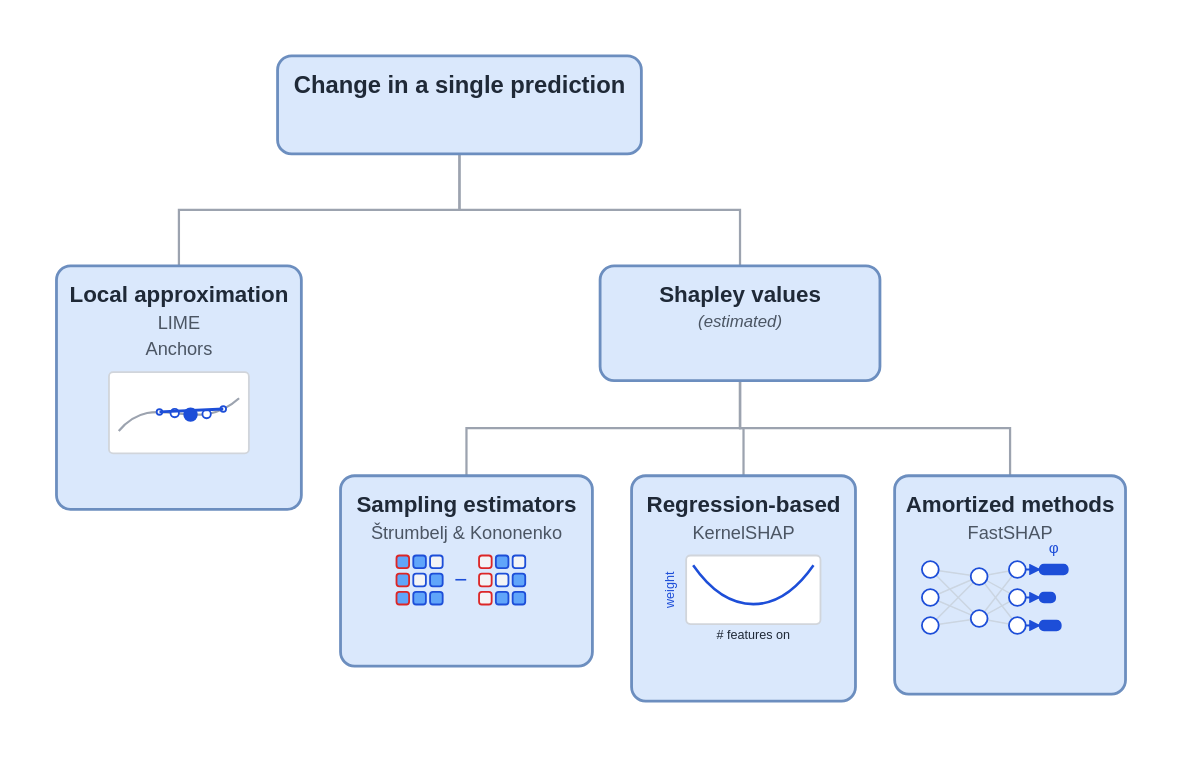
This is posts/explaining-black-box-predictions/diagrams/taxonomy_removal_prediction.drawio.svg from DMLF1/blog, a draw.io export, as it was before one commit. Source tidied: cells renumbered, new cells last; positions are measured from the earlier drawing's top-left corner, leaving out a move shared by most shapes.
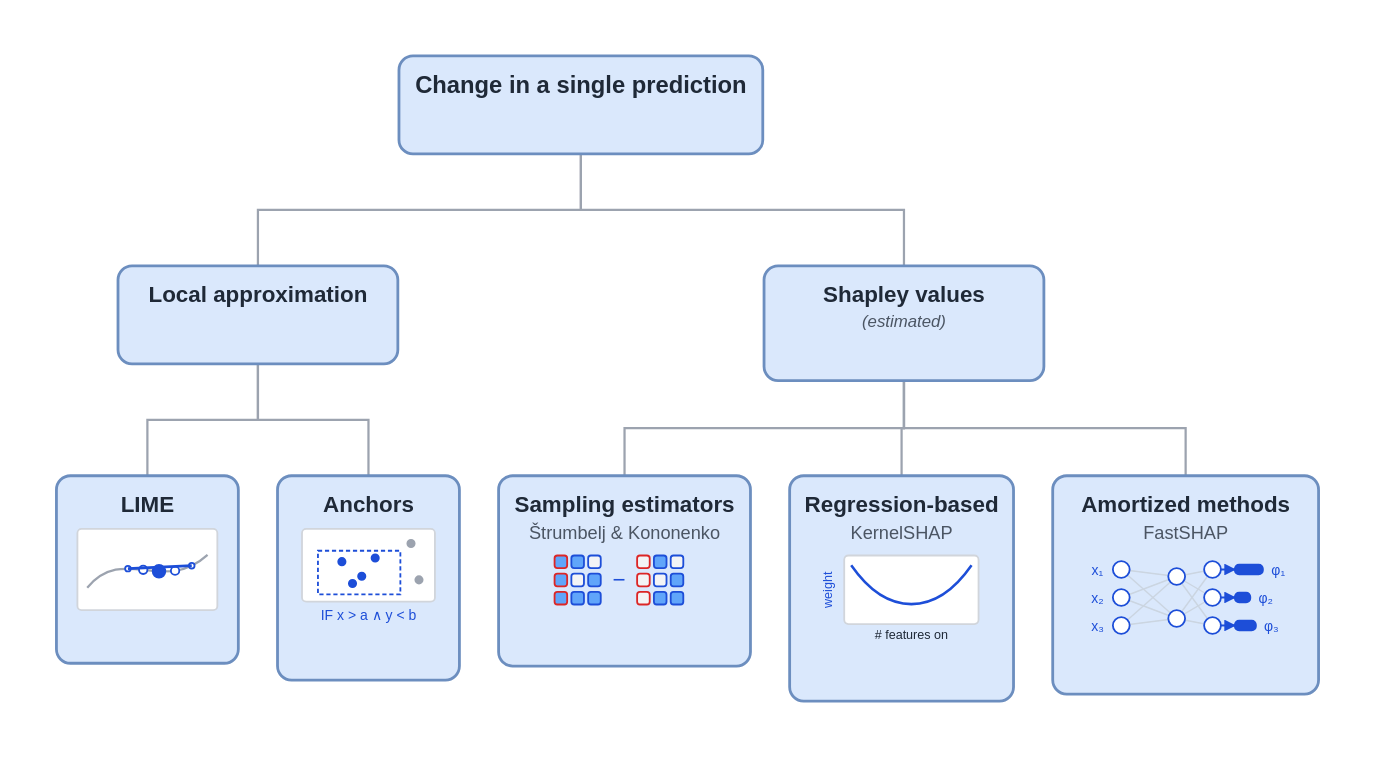
After the commit.

Commit message:
Split LIME/Anchors and TreeSHAP/gradient-SHAP into their own boxes; explain every method's mechanism and point of difference

The edit, as a diff of the source:
```diff
@@ -5,43 +5,76 @@
     <mxCell id="2" value="&lt;span style=&quot;font-size:17px;color:#1F2937;font-weight:bold;&quot;&gt;Change in a single prediction&lt;/span&gt;" style="rounded=1;whiteSpace=wrap;html=1;fillColor=#DAE8FC;strokeColor=#6C8EBF;strokeWidth=2;" parent="1" vertex="1">
-      <mxGeometry x="158" width="260" height="70" as="geometry" />
+      <mxGeometry x="132" width="260" height="70" as="geometry" />
     </mxCell>
-    <mxCell id="3" value="&lt;span style=&quot;font-size:16px;color:#1F2937;font-weight:bold;&quot;&gt;Local approximation&lt;/span&gt;&lt;br&gt;&lt;span style=&quot;font-size:13px;color:#4B5563;&quot;&gt;LIME&lt;/span&gt;&lt;br&gt;&lt;span style=&quot;font-size:13px;color:#4B5563;&quot;&gt;Anchors&lt;/span&gt;" style="rounded=1;whiteSpace=wrap;html=1;fillColor=#DAE8FC;strokeColor=#6C8EBF;strokeWidth=2;" parent="1" vertex="1">
-      <mxGeometry y="150" width="175" height="174" as="geometry" />
+    <mxCell id="3" value="&lt;span style=&quot;font-size:16px;color:#1F2937;font-weight:bold;&quot;&gt;Local approximation&lt;/span&gt;" style="rounded=1;whiteSpace=wrap;html=1;fillColor=#DAE8FC;strokeColor=#6C8EBF;strokeWidth=2;" parent="1" vertex="1">
+      <mxGeometry x="-69" y="150" width="200" height="70" as="geometry" />
     </mxCell>
-    <mxCell id="4" style="rounded=1;whiteSpace=wrap;html=1;fillColor=#FFFFFF;strokeColor=#D1D5DB;" parent="1" vertex="1">
-      <mxGeometry x="38" y="226" width="100" height="58" as="geometry" />
-    </mxCell>
-    <mxCell id="5" style="edgeStyle=none;html=1;strokeColor=#9CA3AF;strokeWidth=1.6;curved=1;endArrow=none;" parent="1" edge="1">
-      <mxGeometry relative="1" as="geometry">
-        <mxPoint x="44" y="268" as="sourcePoint" />
-        <mxPoint x="130" y="245" as="targetPoint" />
-        <Array as="points">
-          <mxPoint x="71" y="237" />
-          <mxPoint x="99" y="273" />
-        </Array>
-      </mxGeometry>
-    </mxCell>
-    <mxCell id="6" style="ellipse;whiteSpace=wrap;html=1;fillColor=#FFFFFF;strokeColor=#1D4ED8;" parent="1" vertex="1">
-      <mxGeometry x="72" y="252" width="4" height="4" as="geometry" />
-    </mxCell>
-    <mxCell id="7" style="ellipse;whiteSpace=wrap;html=1;fillColor=#FFFFFF;strokeColor=#1D4ED8;" parent="1" vertex="1">
-      <mxGeometry x="82" y="252" width="6" height="6" as="geometry" />
-    </mxCell>
-    <mxCell id="8" style="ellipse;whiteSpace=wrap;html=1;fillColor=#1D4ED8;strokeColor=#1D4ED8;" parent="1" vertex="1">
-      <mxGeometry x="91" y="252" width="9" height="9" as="geometry" />
-    </mxCell>
-    <mxCell id="9" style="ellipse;whiteSpace=wrap;html=1;fillColor=#FFFFFF;strokeColor=#1D4ED8;" parent="1" vertex="1">
-      <mxGeometry x="104" y="253" width="6" height="6" as="geometry" />
-    </mxCell>
-    <mxCell id="10" style="ellipse;whiteSpace=wrap;html=1;fillColor=#FFFFFF;strokeColor=#1D4ED8;" parent="1" vertex="1">
-      <mxGeometry x="117" y="250" width="4" height="4" as="geometry" />
-    </mxCell>
-    <mxCell id="11" style="edgeStyle=none;html=1;strokeColor=#1D4ED8;strokeWidth=2;endArrow=none;" parent="1" edge="1">
-      <mxGeometry relative="1" as="geometry">
-        <mxPoint x="74" y="254" as="sourcePoint" />
-        <mxPoint x="119" y="252" as="targetPoint" />
-      </mxGeometry>
-    </mxCell>
+    <mxCell id="71" value="&lt;span style=&quot;font-size:16px;color:#1F2937;font-weight:bold;&quot;&gt;LIME&lt;/span&gt;" style="rounded=1;whiteSpace=wrap;html=1;fillColor=#DAE8FC;strokeColor=#6C8EBF;strokeWidth=2;" parent="1" vertex="1">
+      <mxGeometry x="-113" y="300" width="130" height="134" as="geometry" />
+    </mxCell>
+    <mxCell id="72" style="rounded=1;whiteSpace=wrap;html=1;fillColor=#FFFFFF;strokeColor=#D1D5DB;" parent="1" vertex="1">
+      <mxGeometry x="-98" y="338" width="100" height="58" as="geometry" />
+    </mxCell>
+    <mxCell id="73" style="edgeStyle=none;html=1;strokeColor=#9CA3AF;strokeWidth=1.6;curved=1;endArrow=none;" parent="1" edge="1">
+      <mxGeometry relative="1" as="geometry">
+        <mxPoint x="-91" y="380" as="sourcePoint" />
+        <mxPoint x="-5" y="357" as="targetPoint" />
+        <Array as="points">
+          <mxPoint x="-65" y="349" />
+          <mxPoint x="-37" y="385" />
+        </Array>
+      </mxGeometry>
+    </mxCell>
+    <mxCell id="74" style="ellipse;whiteSpace=wrap;html=1;fillColor=#FFFFFF;strokeColor=#1D4ED8;" parent="1" vertex="1">
+      <mxGeometry x="-64" y="364" width="4" height="4" as="geometry" />
+    </mxCell>
+    <mxCell id="75" style="ellipse;whiteSpace=wrap;html=1;fillColor=#FFFFFF;strokeColor=#1D4ED8;" parent="1" vertex="1">
+      <mxGeometry x="-54" y="364" width="6" height="6" as="geometry" />
+    </mxCell>
+    <mxCell id="76" style="ellipse;whiteSpace=wrap;html=1;fillColor=#1D4ED8;strokeColor=#1D4ED8;" parent="1" vertex="1">
+      <mxGeometry x="-44" y="364" width="9" height="9" as="geometry" />
+    </mxCell>
+    <mxCell id="77" style="ellipse;whiteSpace=wrap;html=1;fillColor=#FFFFFF;strokeColor=#1D4ED8;" parent="1" vertex="1">
+      <mxGeometry x="-31" y="365" width="6" height="6" as="geometry" />
+    </mxCell>
+    <mxCell id="78" style="ellipse;whiteSpace=wrap;html=1;fillColor=#FFFFFF;strokeColor=#1D4ED8;" parent="1" vertex="1">
+      <mxGeometry x="-18" y="362" width="4" height="4" as="geometry" />
+    </mxCell>
+    <mxCell id="79" style="edgeStyle=none;html=1;strokeColor=#1D4ED8;strokeWidth=2;endArrow=none;" parent="1" edge="1">
+      <mxGeometry relative="1" as="geometry">
+        <mxPoint x="-62" y="366" as="sourcePoint" />
+        <mxPoint x="-16" y="364" as="targetPoint" />
+      </mxGeometry>
+    </mxCell>
+    <mxCell id="80" value="&lt;span style=&quot;font-size:16px;color:#1F2937;font-weight:bold;&quot;&gt;Anchors&lt;/span&gt;" style="rounded=1;whiteSpace=wrap;html=1;fillColor=#DAE8FC;strokeColor=#6C8EBF;strokeWidth=2;" parent="1" vertex="1">
+      <mxGeometry x="45" y="300" width="130" height="146" as="geometry" />
+    </mxCell>
+    <mxCell id="81" style="rounded=1;whiteSpace=wrap;html=1;fillColor=#FFFFFF;strokeColor=#D1D5DB;" parent="1" vertex="1">
+      <mxGeometry x="63" y="338" width="95" height="52" as="geometry" />
+    </mxCell>
+    <mxCell id="82" style="rounded=0;whiteSpace=wrap;html=1;fillColor=none;strokeColor=#1D4ED8;dashed=1;dashPattern=3 2;" parent="1" vertex="1">
+      <mxGeometry x="74" y="354" width="59" height="31" as="geometry" />
+    </mxCell>
+    <mxCell id="83" style="ellipse;whiteSpace=wrap;html=1;fillColor=#1D4ED8;strokeColor=#1D4ED8;" parent="1" vertex="1">
+      <mxGeometry x="88" y="359" width="5" height="5" as="geometry" />
+    </mxCell>
+    <mxCell id="84" style="ellipse;whiteSpace=wrap;html=1;fillColor=#1D4ED8;strokeColor=#1D4ED8;" parent="1" vertex="1">
+      <mxGeometry x="103" y="369" width="5" height="5" as="geometry" />
+    </mxCell>
+    <mxCell id="85" style="ellipse;whiteSpace=wrap;html=1;fillColor=#1D4ED8;strokeColor=#1D4ED8;" parent="1" vertex="1">
+      <mxGeometry x="112" y="356" width="5" height="5" as="geometry" />
+    </mxCell>
+    <mxCell id="86" style="ellipse;whiteSpace=wrap;html=1;fillColor=#1D4ED8;strokeColor=#1D4ED8;" parent="1" vertex="1">
+      <mxGeometry x="96" y="374" width="5" height="5" as="geometry" />
+    </mxCell>
+    <mxCell id="87" style="ellipse;whiteSpace=wrap;html=1;fillColor=#9CA3AF;strokeColor=#9CA3AF;" parent="1" vertex="1">
+      <mxGeometry x="138" y="346" width="5" height="5" as="geometry" />
+    </mxCell>
+    <mxCell id="88" style="ellipse;whiteSpace=wrap;html=1;fillColor=#9CA3AF;strokeColor=#9CA3AF;" parent="1" vertex="1">
+      <mxGeometry x="143" y="372" width="5" height="5" as="geometry" />
+    </mxCell>
+    <mxCell id="89" value="IF x &gt; a ∧ y &lt; b" style="text;html=1;align=center;verticalAlign=middle;fontSize=10;fontColor=#1D4ED8;" parent="1" vertex="1">
+      <mxGeometry x="63" y="392" width="95" height="16" as="geometry" />
+    </mxCell>
     <mxCell id="12" value="&lt;span style=&quot;font-size:16px;color:#1F2937;font-weight:bold;&quot;&gt;Shapley values&lt;/span&gt;&lt;br&gt;&lt;span style=&quot;font-size:12px;color:#4B5563;font-style:italic;&quot;&gt;(estimated)&lt;/span&gt;" style="rounded=1;whiteSpace=wrap;html=1;fillColor=#DAE8FC;strokeColor=#6C8EBF;strokeWidth=2;" parent="1" vertex="1">
-      <mxGeometry x="388" y="150" width="200" height="82" as="geometry" />
+      <mxGeometry x="393" y="150" width="200" height="82" as="geometry" />
     </mxCell>
@@ -130,3 +163,3 @@
     <mxCell id="38" value="&lt;span style=&quot;font-size:16px;color:#1F2937;font-weight:bold;&quot;&gt;Amortized methods&lt;/span&gt;&lt;br&gt;&lt;span style=&quot;font-size:13px;color:#4B5563;&quot;&gt;FastSHAP&lt;/span&gt;" style="rounded=1;whiteSpace=wrap;html=1;fillColor=#DAE8FC;strokeColor=#6C8EBF;strokeWidth=2;" parent="1" vertex="1">
-      <mxGeometry x="599" y="300" width="165" height="156" as="geometry" />
+      <mxGeometry x="599" y="300" width="190" height="156" as="geometry" />
     </mxCell>
@@ -134,4 +167,4 @@
       <mxGeometry relative="1" as="geometry">
-        <mxPoint x="624" y="367" as="sourcePoint" />
-        <mxPoint x="659" y="372" as="targetPoint" />
+        <mxPoint x="648" y="367" as="sourcePoint" />
+        <mxPoint x="688" y="372" as="targetPoint" />
       </mxGeometry>
@@ -140,4 +173,4 @@
       <mxGeometry relative="1" as="geometry">
-        <mxPoint x="624" y="367" as="sourcePoint" />
-        <mxPoint x="659" y="402" as="targetPoint" />
+        <mxPoint x="648" y="367" as="sourcePoint" />
+        <mxPoint x="688" y="402" as="targetPoint" />
       </mxGeometry>
@@ -146,4 +179,4 @@
       <mxGeometry relative="1" as="geometry">
-        <mxPoint x="624" y="387" as="sourcePoint" />
-        <mxPoint x="659" y="372" as="targetPoint" />
+        <mxPoint x="648" y="387" as="sourcePoint" />
+        <mxPoint x="688" y="372" as="targetPoint" />
       </mxGeometry>
@@ -152,4 +185,4 @@
       <mxGeometry relative="1" as="geometry">
-        <mxPoint x="624" y="387" as="sourcePoint" />
-        <mxPoint x="659" y="402" as="targetPoint" />
+        <mxPoint x="648" y="387" as="sourcePoint" />
+        <mxPoint x="688" y="402" as="targetPoint" />
       </mxGeometry>
@@ -158,4 +191,4 @@
       <mxGeometry relative="1" as="geometry">
-        <mxPoint x="624" y="407" as="sourcePoint" />
-        <mxPoint x="659" y="372" as="targetPoint" />
+        <mxPoint x="648" y="407" as="sourcePoint" />
+        <mxPoint x="688" y="372" as="targetPoint" />
       </mxGeometry>
@@ -164,4 +197,4 @@
       <mxGeometry relative="1" as="geometry">
-        <mxPoint x="624" y="407" as="sourcePoint" />
-        <mxPoint x="659" y="402" as="targetPoint" />
+        <mxPoint x="648" y="407" as="sourcePoint" />
+        <mxPoint x="688" y="402" as="targetPoint" />
       </mxGeometry>
@@ -170,4 +203,4 @@
       <mxGeometry relative="1" as="geometry">
-        <mxPoint x="659" y="372" as="sourcePoint" />
-        <mxPoint x="687" y="367" as="targetPoint" />
+        <mxPoint x="688" y="372" as="sourcePoint" />
+        <mxPoint x="713" y="367" as="targetPoint" />
       </mxGeometry>
@@ -176,4 +209,4 @@
       <mxGeometry relative="1" as="geometry">
-        <mxPoint x="659" y="372" as="sourcePoint" />
-        <mxPoint x="687" y="387" as="targetPoint" />
+        <mxPoint x="688" y="372" as="sourcePoint" />
+        <mxPoint x="713" y="387" as="targetPoint" />
       </mxGeometry>
@@ -182,4 +215,4 @@
       <mxGeometry relative="1" as="geometry">
-        <mxPoint x="659" y="372" as="sourcePoint" />
-        <mxPoint x="687" y="407" as="targetPoint" />
+        <mxPoint x="688" y="372" as="sourcePoint" />
+        <mxPoint x="713" y="407" as="targetPoint" />
       </mxGeometry>
@@ -188,4 +221,4 @@
       <mxGeometry relative="1" as="geometry">
-        <mxPoint x="659" y="402" as="sourcePoint" />
-        <mxPoint x="687" y="367" as="targetPoint" />
+        <mxPoint x="688" y="402" as="sourcePoint" />
+        <mxPoint x="713" y="367" as="targetPoint" />
       </mxGeometry>
@@ -194,4 +227,4 @@
       <mxGeometry relative="1" as="geometry">
-        <mxPoint x="659" y="402" as="sourcePoint" />
-        <mxPoint x="687" y="387" as="targetPoint" />
+        <mxPoint x="688" y="402" as="sourcePoint" />
+        <mxPoint x="713" y="387" as="targetPoint" />
       </mxGeometry>
@@ -200,4 +233,4 @@
       <mxGeometry relative="1" as="geometry">
-        <mxPoint x="659" y="402" as="sourcePoint" />
-        <mxPoint x="687" y="407" as="targetPoint" />
+        <mxPoint x="688" y="402" as="sourcePoint" />
+        <mxPoint x="713" y="407" as="targetPoint" />
       </mxGeometry>
@@ -205,29 +238,38 @@
     <mxCell id="51" style="ellipse;whiteSpace=wrap;html=1;fillColor=#FFFFFF;strokeColor=#1D4ED8;" parent="1" vertex="1">
-      <mxGeometry x="618" y="361" width="12" height="12" as="geometry" />
+      <mxGeometry x="642" y="361" width="12" height="12" as="geometry" />
     </mxCell>
     <mxCell id="52" style="ellipse;whiteSpace=wrap;html=1;fillColor=#FFFFFF;strokeColor=#1D4ED8;" parent="1" vertex="1">
-      <mxGeometry x="618" y="381" width="12" height="12" as="geometry" />
+      <mxGeometry x="642" y="381" width="12" height="12" as="geometry" />
     </mxCell>
     <mxCell id="53" style="ellipse;whiteSpace=wrap;html=1;fillColor=#FFFFFF;strokeColor=#1D4ED8;" parent="1" vertex="1">
-      <mxGeometry x="618" y="401" width="12" height="12" as="geometry" />
+      <mxGeometry x="642" y="401" width="12" height="12" as="geometry" />
     </mxCell>
     <mxCell id="54" style="ellipse;whiteSpace=wrap;html=1;fillColor=#FFFFFF;strokeColor=#1D4ED8;" parent="1" vertex="1">
-      <mxGeometry x="653" y="366" width="12" height="12" as="geometry" />
+      <mxGeometry x="682" y="366" width="12" height="12" as="geometry" />
     </mxCell>
     <mxCell id="55" style="ellipse;whiteSpace=wrap;html=1;fillColor=#FFFFFF;strokeColor=#1D4ED8;" parent="1" vertex="1">
-      <mxGeometry x="653" y="396" width="12" height="12" as="geometry" />
+      <mxGeometry x="682" y="396" width="12" height="12" as="geometry" />
     </mxCell>
     <mxCell id="56" style="ellipse;whiteSpace=wrap;html=1;fillColor=#FFFFFF;strokeColor=#1D4ED8;" parent="1" vertex="1">
-      <mxGeometry x="681" y="361" width="12" height="12" as="geometry" />
+      <mxGeometry x="707" y="361" width="12" height="12" as="geometry" />
     </mxCell>
     <mxCell id="57" style="ellipse;whiteSpace=wrap;html=1;fillColor=#FFFFFF;strokeColor=#1D4ED8;" parent="1" vertex="1">
-      <mxGeometry x="681" y="381" width="12" height="12" as="geometry" />
+      <mxGeometry x="707" y="381" width="12" height="12" as="geometry" />
     </mxCell>
     <mxCell id="58" style="ellipse;whiteSpace=wrap;html=1;fillColor=#FFFFFF;strokeColor=#1D4ED8;" parent="1" vertex="1">
-      <mxGeometry x="681" y="401" width="12" height="12" as="geometry" />
+      <mxGeometry x="707" y="401" width="12" height="12" as="geometry" />
     </mxCell>
+    <mxCell id="90" value="x₁" style="text;html=1;align=center;verticalAlign=middle;fontSize=11;fontColor=#1D4ED8;" parent="1" vertex="1">
+      <mxGeometry x="618" y="359" width="18" height="16" as="geometry" />
+    </mxCell>
+    <mxCell id="91" value="x₂" style="text;html=1;align=center;verticalAlign=middle;fontSize=11;fontColor=#1D4ED8;" parent="1" vertex="1">
+      <mxGeometry x="618" y="379" width="18" height="16" as="geometry" />
+    </mxCell>
+    <mxCell id="92" value="x₃" style="text;html=1;align=center;verticalAlign=middle;fontSize=11;fontColor=#1D4ED8;" parent="1" vertex="1">
+      <mxGeometry x="618" y="399" width="18" height="16" as="geometry" />
+    </mxCell>
     <mxCell id="59" style="edgeStyle=none;html=1;strokeColor=#1D4ED8;strokeWidth=1.4;endArrow=block;endSize=5;" parent="1" edge="1">
       <mxGeometry relative="1" as="geometry">
-        <mxPoint x="693" y="367" as="sourcePoint" />
-        <mxPoint x="703" y="367" as="targetPoint" />
+        <mxPoint x="719" y="367" as="sourcePoint" />
+        <mxPoint x="729" y="367" as="targetPoint" />
       </mxGeometry>
@@ -235,8 +277,11 @@
     <mxCell id="60" style="rounded=1;whiteSpace=wrap;html=1;fillColor=#1D4ED8;strokeColor=#1D4ED8;" parent="1" vertex="1">
-      <mxGeometry x="703" y="364" width="20" height="7" as="geometry" />
+      <mxGeometry x="729" y="364" width="20" height="7" as="geometry" />
     </mxCell>
+    <mxCell id="93" value="φ₁" style="text;html=1;align=center;verticalAlign=middle;fontSize=11;fontColor=#1D4ED8;" parent="1" vertex="1">
+      <mxGeometry x="750" y="359" width="20" height="16" as="geometry" />
+    </mxCell>
     <mxCell id="61" style="edgeStyle=none;html=1;strokeColor=#1D4ED8;strokeWidth=1.4;endArrow=block;endSize=5;" parent="1" edge="1">
       <mxGeometry relative="1" as="geometry">
-        <mxPoint x="693" y="387" as="sourcePoint" />
-        <mxPoint x="703" y="387" as="targetPoint" />
+        <mxPoint x="719" y="387" as="sourcePoint" />
+        <mxPoint x="729" y="387" as="targetPoint" />
       </mxGeometry>
@@ -244,8 +289,11 @@
     <mxCell id="62" style="rounded=1;whiteSpace=wrap;html=1;fillColor=#1D4ED8;strokeColor=#1D4ED8;" parent="1" vertex="1">
-      <mxGeometry x="703" y="384" width="11" height="7" as="geometry" />
+      <mxGeometry x="729" y="384" width="11" height="7" as="geometry" />
     </mxCell>
+    <mxCell id="94" value="φ₂" style="text;html=1;align=center;verticalAlign=middle;fontSize=11;fontColor=#1D4ED8;" parent="1" vertex="1">
+      <mxGeometry x="741" y="379" width="20" height="16" as="geometry" />
+    </mxCell>
     <mxCell id="63" style="edgeStyle=none;html=1;strokeColor=#1D4ED8;strokeWidth=1.4;endArrow=block;endSize=5;" parent="1" edge="1">
       <mxGeometry relative="1" as="geometry">
-        <mxPoint x="693" y="407" as="sourcePoint" />
-        <mxPoint x="703" y="407" as="targetPoint" />
+        <mxPoint x="719" y="407" as="sourcePoint" />
+        <mxPoint x="729" y="407" as="targetPoint" />
       </mxGeometry>
@@ -253,7 +301,7 @@
     <mxCell id="64" style="rounded=1;whiteSpace=wrap;html=1;fillColor=#1D4ED8;strokeColor=#1D4ED8;" parent="1" vertex="1">
-      <mxGeometry x="703" y="404" width="15" height="7" as="geometry" />
+      <mxGeometry x="729" y="404" width="15" height="7" as="geometry" />
     </mxCell>
-    <mxCell id="65" value="φ" style="text;html=1;align=center;verticalAlign=middle;fontSize=12;fontColor=#1D4ED8;" parent="1" vertex="1">
-      <mxGeometry x="705" y="345" width="16" height="14" as="geometry" />
-    </mxCell>
+    <mxCell id="95" value="φ₃" style="text;html=1;align=center;verticalAlign=middle;fontSize=11;fontColor=#1D4ED8;" parent="1" vertex="1">
+      <mxGeometry x="745" y="399" width="20" height="16" as="geometry" />
+    </mxCell>
     <mxCell id="66" style="edgeStyle=orthogonalEdgeStyle;rounded=0;html=1;strokeColor=#9CA3AF;" parent="1" edge="1" source="2" target="3">
@@ -264,11 +312,17 @@
     </mxCell>
-    <mxCell id="68" style="edgeStyle=orthogonalEdgeStyle;rounded=0;html=1;strokeColor=#9CA3AF;" parent="1" edge="1" source="12" target="13">
+    <mxCell id="68" style="edgeStyle=orthogonalEdgeStyle;rounded=0;html=1;strokeColor=#9CA3AF;" parent="1" edge="1" source="3" target="71">
       <mxGeometry relative="1" as="geometry" />
     </mxCell>
-    <mxCell id="69" style="edgeStyle=orthogonalEdgeStyle;rounded=0;html=1;strokeColor=#9CA3AF;" parent="1" edge="1" source="12" target="33">
+    <mxCell id="69" style="edgeStyle=orthogonalEdgeStyle;rounded=0;html=1;strokeColor=#9CA3AF;" parent="1" edge="1" source="3" target="80">
       <mxGeometry relative="1" as="geometry" />
     </mxCell>
-    <mxCell id="70" style="edgeStyle=orthogonalEdgeStyle;rounded=0;html=1;strokeColor=#9CA3AF;" parent="1" edge="1" source="12" target="38">
+    <mxCell id="70" style="edgeStyle=orthogonalEdgeStyle;rounded=0;html=1;strokeColor=#9CA3AF;" parent="1" edge="1" source="12" target="13">
       <mxGeometry relative="1" as="geometry" />
     </mxCell>
+    <mxCell id="96" style="edgeStyle=orthogonalEdgeStyle;rounded=0;html=1;strokeColor=#9CA3AF;" parent="1" edge="1" source="12" target="33">
+      <mxGeometry relative="1" as="geometry" />
+    </mxCell>
+    <mxCell id="97" style="edgeStyle=orthogonalEdgeStyle;rounded=0;html=1;strokeColor=#9CA3AF;" parent="1" edge="1" source="12" target="38">
+      <mxGeometry relative="1" as="geometry" />
+    </mxCell>
   </root>
```
